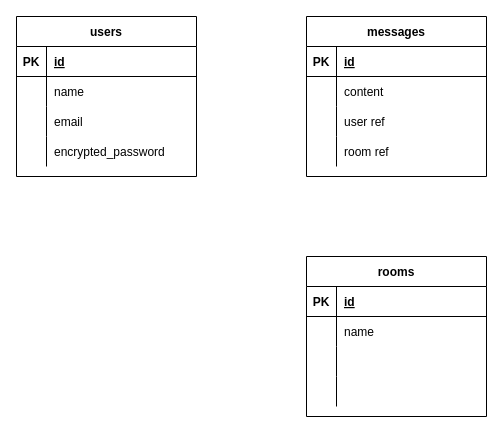
polotomato/chat-app keeps this draw.io diagram as db_design.dio. Above is the earlier version. Source tidied: cells renumbered, new cells numbered last; positions are measured from the earlier drawing's top-left corner, leaving out a move shared by most shapes. Both pictures are drawn from the tidied source at 100%, with x=0, y=0 at pixel (16, 16).
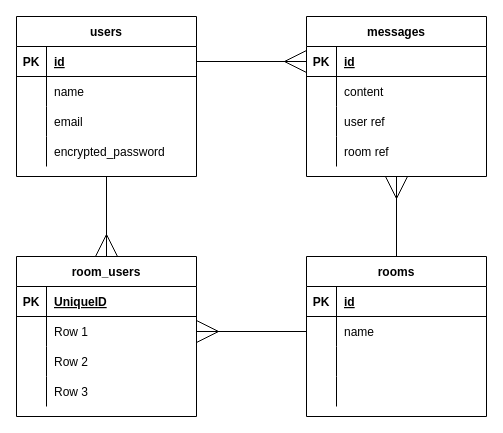
The same page after the edit.

The change refers to these unchanged cells:
```xml
<mxCell id="2" value="users" style="shape=table;startSize=30;childLayout=tableLayout;rowLines=0;fontStyle=1;align=center;" parent="1" vertex="1">
  <mxGeometry width="180" height="160" as="geometry" />
</mxCell>
<mxCell id="3" style="shape=partialRectangle;fillColor=none;top=0;left=0;bottom=1;right=0;points=[[0,0.5],[1,0.5]];portConstraint=eastwest;" parent="2" vertex="1">
  <mxGeometry y="30" width="180" height="30" as="geometry" />
</mxCell>
<mxCell id="15" value="messages" style="shape=table;startSize=30;childLayout=tableLayout;rowLines=0;fontStyle=1;align=center;" parent="1" vertex="1">
  <mxGeometry x="290" width="180" height="160" as="geometry" />
</mxCell>
<mxCell id="16" style="shape=partialRectangle;fillColor=none;top=0;left=0;bottom=1;right=0;points=[[0,0.5],[1,0.5]];portConstraint=eastwest;" parent="15" vertex="1">
  <mxGeometry y="30" width="180" height="30" as="geometry" />
</mxCell>
<mxCell id="28" value="rooms" style="shape=table;startSize=30;childLayout=tableLayout;rowLines=0;fontStyle=1;align=center;" parent="1" vertex="1">
  <mxGeometry x="290" y="240" width="180" height="160" as="geometry" />
</mxCell>
<mxCell id="32" style="shape=partialRectangle;fillColor=none;top=0;left=0;bottom=0;right=0;points=[[0,0.5],[1,0.5]];portConstraint=eastwest;" parent="28" vertex="1">
  <mxGeometry y="60" width="180" height="30" as="geometry" />
</mxCell>
```

What changed in the source:
```diff
@@
+    <mxCell id="41" style="edgeStyle=none;html=1;exitX=0.5;exitY=1;exitDx=0;exitDy=0;entryX=0.5;entryY=0;entryDx=0;entryDy=0;endArrow=ERmany;endFill=0;endSize=20;targetPerimeterSpacing=15;" parent="1" edge="1" source="2" target="44">
+      <mxGeometry relative="1" as="geometry" />
+    </mxCell>
@@
+    <mxCell id="42" style="edgeStyle=none;html=1;exitX=0.5;exitY=0;exitDx=0;exitDy=0;entryX=0.5;entryY=1;entryDx=0;entryDy=0;endArrow=ERmany;endFill=0;endSize=20;targetPerimeterSpacing=15;" parent="1" edge="1" source="28" target="15">
+      <mxGeometry relative="1" as="geometry" />
+    </mxCell>
@@
+    <mxCell id="43" style="edgeStyle=none;html=1;exitX=1;exitY=0.5;exitDx=0;exitDy=0;entryX=0;entryY=0.5;entryDx=0;entryDy=0;endArrow=ERmany;endFill=0;endSize=20;targetPerimeterSpacing=15;" parent="1" edge="1" source="3" target="16">
+      <mxGeometry relative="1" as="geometry" />
+    </mxCell>
+    <mxCell id="44" value="room_users" style="shape=table;startSize=30;childLayout=tableLayout;rowLines=0;fontStyle=1;align=center;" parent="1" vertex="1">
+      <mxGeometry y="240" width="180" height="160" as="geometry" />
+    </mxCell>
+    <mxCell id="45" style="shape=partialRectangle;fillColor=none;top=0;left=0;bottom=1;right=0;" parent="44" vertex="1">
+      <mxGeometry y="30" width="180" height="30" as="geometry" />
+    </mxCell>
+    <mxCell id="46" value="PK" style="shape=partialRectangle;fillColor=none;top=0;left=0;bottom=0;right=0;fontStyle=1;overflow=hidden;" parent="45" vertex="1">
+      <mxGeometry width="30" height="30" as="geometry" />
+    </mxCell>
+    <mxCell id="47" value="UniqueID" style="shape=partialRectangle;fillColor=none;top=0;left=0;bottom=0;right=0;align=left;spacingLeft=6;fontStyle=5;overflow=hidden;" parent="45" vertex="1">
+      <mxGeometry x="30" width="150" height="30" as="geometry" />
+    </mxCell>
+    <mxCell id="48" style="shape=partialRectangle;fillColor=none;top=0;left=0;bottom=0;right=0;points=[[0,0.5],[1,0.5]];portConstraint=eastwest;" parent="44" vertex="1">
+      <mxGeometry y="60" width="180" height="30" as="geometry" />
+    </mxCell>
+    <mxCell id="49" style="shape=partialRectangle;fillColor=none;top=0;left=0;bottom=0;right=0;overflow=hidden;" parent="48" vertex="1">
+      <mxGeometry width="30" height="30" as="geometry" />
+    </mxCell>
+    <mxCell id="50" value="Row 1" style="shape=partialRectangle;fillColor=none;top=0;left=0;bottom=0;right=0;align=left;spacingLeft=6;overflow=hidden;" parent="48" vertex="1">
+      <mxGeometry x="30" width="150" height="30" as="geometry" />
+    </mxCell>
+    <mxCell id="51" style="shape=partialRectangle;fillColor=none;top=0;left=0;bottom=0;right=0;" parent="44" vertex="1">
+      <mxGeometry y="90" width="180" height="30" as="geometry" />
+    </mxCell>
+    <mxCell id="52" style="shape=partialRectangle;fillColor=none;top=0;left=0;bottom=0;right=0;overflow=hidden;" parent="51" vertex="1">
+      <mxGeometry width="30" height="30" as="geometry" />
+    </mxCell>
+    <mxCell id="53" value="Row 2" style="shape=partialRectangle;fillColor=none;top=0;left=0;bottom=0;right=0;align=left;spacingLeft=6;overflow=hidden;" parent="51" vertex="1">
+      <mxGeometry x="30" width="150" height="30" as="geometry" />
+    </mxCell>
+    <mxCell id="54" style="shape=partialRectangle;fillColor=none;top=0;left=0;bottom=0;right=0;" parent="44" vertex="1">
+      <mxGeometry y="120" width="180" height="30" as="geometry" />
+    </mxCell>
+    <mxCell id="55" style="shape=partialRectangle;fillColor=none;top=0;left=0;bottom=0;right=0;overflow=hidden;" parent="54" vertex="1">
+      <mxGeometry width="30" height="30" as="geometry" />
+    </mxCell>
+    <mxCell id="56" value="Row 3" style="shape=partialRectangle;fillColor=none;top=0;left=0;bottom=0;right=0;align=left;spacingLeft=6;overflow=hidden;" parent="54" vertex="1">
+      <mxGeometry x="30" width="150" height="30" as="geometry" />
+    </mxCell>
+    <mxCell id="57" style="edgeStyle=none;html=1;exitX=0;exitY=0.5;exitDx=0;exitDy=0;entryX=1;entryY=0.5;entryDx=0;entryDy=0;endArrow=ERmany;endFill=0;endSize=20;targetPerimeterSpacing=15;" parent="1" edge="1" source="32" target="48">
+      <mxGeometry relative="1" as="geometry" />
+    </mxCell>
```
